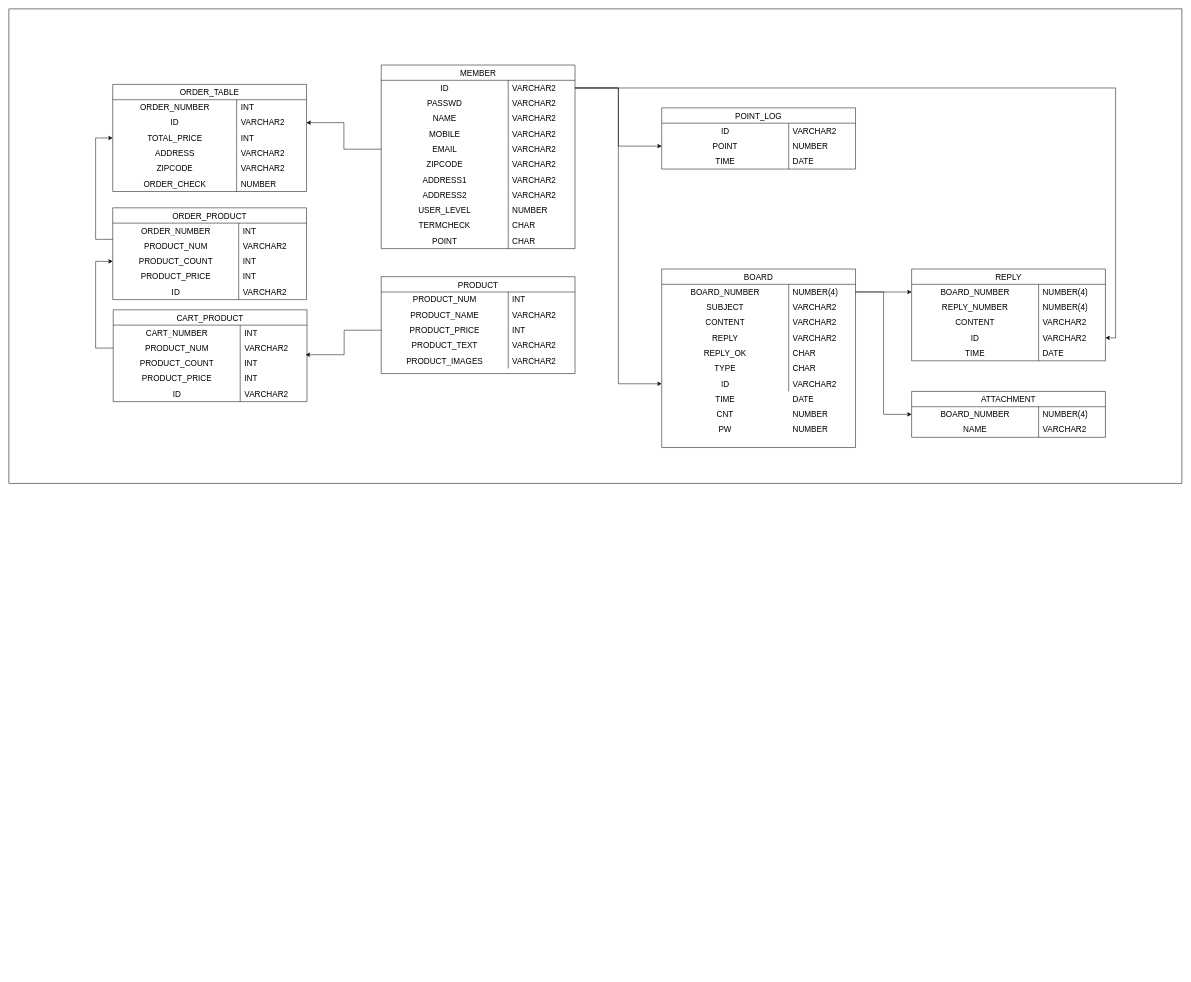
The draw.io diagram 제목 없는 다이어그램.drawio in Rookies13/Senanam, before the edit. Source tidied: cells renumbered, new cells numbered last; positions are measured from the earlier drawing's top-left corner, leaving out a move shared by most shapes. Both pictures are drawn from the tidied source at 51%, with x=0, y=0 at pixel (9, 9).
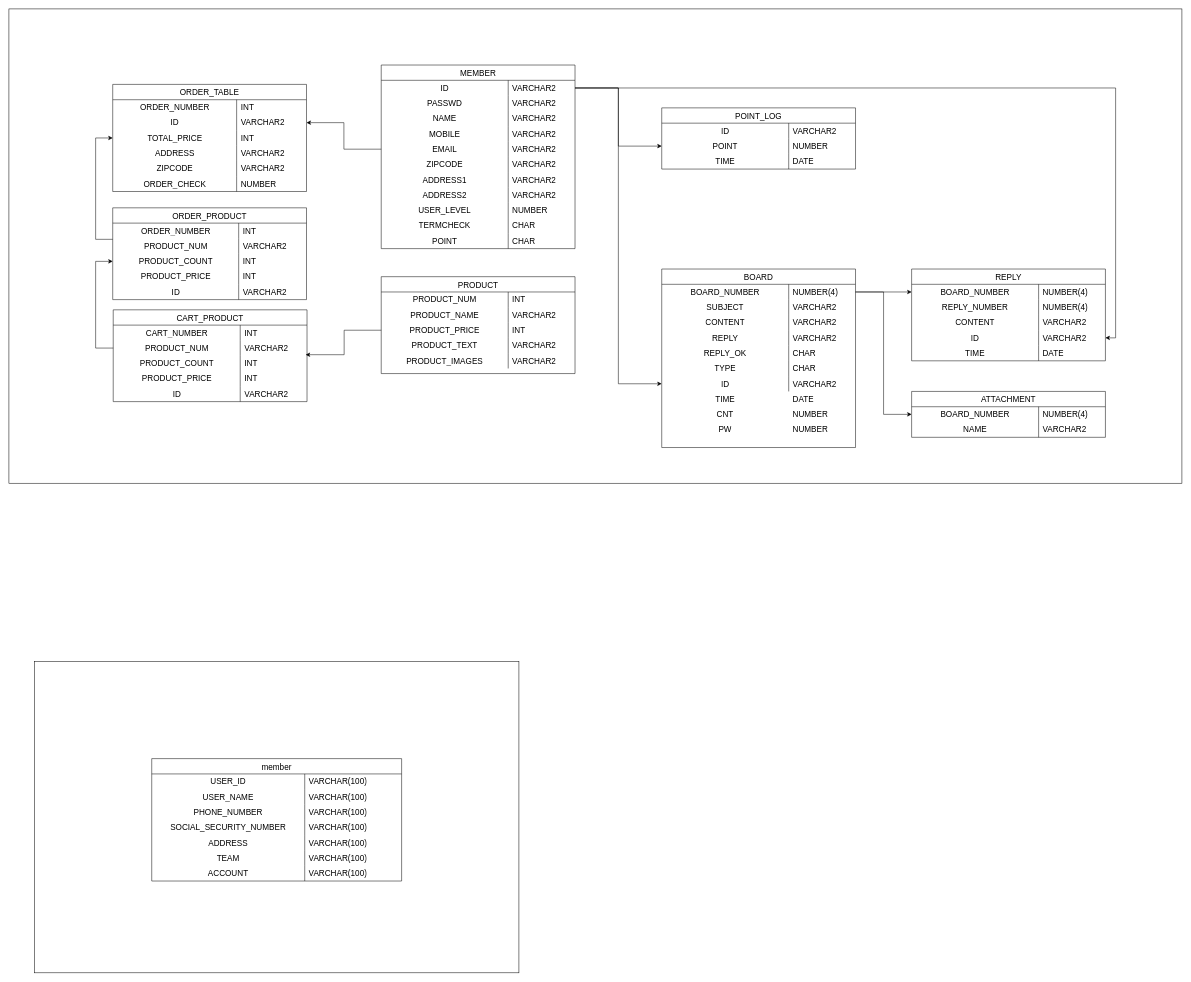
The same diagram, later.

Commit message:
제목 없는 다이어그램.drawio 업데이트

What changed in the source:
```diff
@@
+    <mxCell id="174" style="rounded=0;whiteSpace=wrap;html=1;" parent="1" vertex="1">
+      <mxGeometry x="50" y="1280" width="950" height="610" as="geometry" />
+    </mxCell>
+    <mxCell id="175" value="member" style="shape=table;startSize=30;childLayout=tableLayout;rowLines=0;fontStyle=0;strokeColor=default;fontSize=16;" parent="1" vertex="1">
+      <mxGeometry x="280" y="1470" width="490" height="240" as="geometry" />
+    </mxCell>
+    <mxCell id="176" style="shape=tableRow;horizontal=0;startSize=0;swimlaneHead=0;swimlaneBody=0;top=0;left=0;bottom=0;right=0;fillColor=none;strokeColor=inherit;fontSize=16;" parent="175" vertex="1">
+      <mxGeometry y="30" width="490" height="30" as="geometry" />
+    </mxCell>
+    <mxCell id="177" value="USER_ID" style="shape=partialRectangle;html=1;whiteSpace=wrap;fillColor=none;top=0;left=0;bottom=0;right=0;overflow=hidden;strokeColor=inherit;fontSize=16;" parent="176" vertex="1">
+      <mxGeometry width="300" height="30" as="geometry" />
+    </mxCell>
+    <mxCell id="178" value="VARCHAR(100)" style="shape=partialRectangle;html=1;whiteSpace=wrap;fillColor=none;top=0;left=0;bottom=0;right=0;align=left;spacingLeft=6;overflow=hidden;strokeColor=inherit;fontSize=16;" parent="176" vertex="1">
+      <mxGeometry x="300" width="190" height="30" as="geometry" />
+    </mxCell>
+    <mxCell id="179" style="shape=tableRow;horizontal=0;startSize=0;swimlaneHead=0;swimlaneBody=0;top=0;left=0;bottom=0;right=0;fillColor=none;strokeColor=inherit;fontSize=16;" parent="175" vertex="1">
+      <mxGeometry y="60" width="490" height="30" as="geometry" />
+    </mxCell>
+    <mxCell id="180" value="USER_NAME" style="shape=partialRectangle;html=1;whiteSpace=wrap;fillColor=none;top=0;left=0;bottom=0;right=0;overflow=hidden;strokeColor=inherit;fontSize=16;" parent="179" vertex="1">
+      <mxGeometry width="300" height="30" as="geometry" />
+    </mxCell>
+    <mxCell id="181" value="VARCHAR(100)" style="shape=partialRectangle;html=1;whiteSpace=wrap;fillColor=none;top=0;left=0;bottom=0;right=0;align=left;spacingLeft=6;overflow=hidden;strokeColor=inherit;fontSize=16;" parent="179" vertex="1">
+      <mxGeometry x="300" width="190" height="30" as="geometry" />
+    </mxCell>
+    <mxCell id="182" style="shape=tableRow;horizontal=0;startSize=0;swimlaneHead=0;swimlaneBody=0;top=0;left=0;bottom=0;right=0;fillColor=none;strokeColor=inherit;fontSize=16;" parent="175" vertex="1">
+      <mxGeometry y="90" width="490" height="30" as="geometry" />
+    </mxCell>
+    <mxCell id="183" value="PHONE_NUMBER" style="shape=partialRectangle;html=1;whiteSpace=wrap;fillColor=none;top=0;left=0;bottom=0;right=0;overflow=hidden;strokeColor=inherit;fontSize=16;" parent="182" vertex="1">
+      <mxGeometry width="300" height="30" as="geometry" />
+    </mxCell>
+    <mxCell id="184" value="VARCHAR(100)" style="shape=partialRectangle;html=1;whiteSpace=wrap;fillColor=none;top=0;left=0;bottom=0;right=0;align=left;spacingLeft=6;overflow=hidden;strokeColor=inherit;fontSize=16;" parent="182" vertex="1">
+      <mxGeometry x="300" width="190" height="30" as="geometry" />
+    </mxCell>
+    <mxCell id="185" style="shape=tableRow;horizontal=0;startSize=0;swimlaneHead=0;swimlaneBody=0;top=0;left=0;bottom=0;right=0;fillColor=none;strokeColor=inherit;fontSize=16;" parent="175" vertex="1">
+      <mxGeometry y="120" width="490" height="30" as="geometry" />
+    </mxCell>
+    <mxCell id="186" value="SOCIAL_SECURITY_NUMBER" style="shape=partialRectangle;html=1;whiteSpace=wrap;fillColor=none;top=0;left=0;bottom=0;right=0;overflow=hidden;strokeColor=inherit;fontSize=16;" parent="185" vertex="1">
+      <mxGeometry width="300" height="30" as="geometry" />
+    </mxCell>
+    <mxCell id="187" value="VARCHAR(100)" style="shape=partialRectangle;html=1;whiteSpace=wrap;fillColor=none;top=0;left=0;bottom=0;right=0;align=left;spacingLeft=6;overflow=hidden;strokeColor=inherit;fontSize=16;" parent="185" vertex="1">
+      <mxGeometry x="300" width="190" height="30" as="geometry" />
+    </mxCell>
+    <mxCell id="188" style="shape=tableRow;horizontal=0;startSize=0;swimlaneHead=0;swimlaneBody=0;top=0;left=0;bottom=0;right=0;fillColor=none;strokeColor=inherit;fontSize=16;" parent="175" vertex="1">
+      <mxGeometry y="150" width="490" height="30" as="geometry" />
+    </mxCell>
+    <mxCell id="189" value="ADDRESS" style="shape=partialRectangle;html=1;whiteSpace=wrap;fillColor=none;top=0;left=0;bottom=0;right=0;overflow=hidden;strokeColor=inherit;fontSize=16;" parent="188" vertex="1">
+      <mxGeometry width="300" height="30" as="geometry" />
+    </mxCell>
+    <mxCell id="190" value="VARCHAR(100)" style="shape=partialRectangle;html=1;whiteSpace=wrap;fillColor=none;top=0;left=0;bottom=0;right=0;align=left;spacingLeft=6;overflow=hidden;strokeColor=inherit;fontSize=16;" parent="188" vertex="1">
+      <mxGeometry x="300" width="190" height="30" as="geometry" />
+    </mxCell>
+    <mxCell id="191" style="shape=tableRow;horizontal=0;startSize=0;swimlaneHead=0;swimlaneBody=0;top=0;left=0;bottom=0;right=0;fillColor=none;strokeColor=inherit;fontSize=16;" parent="175" vertex="1">
+      <mxGeometry y="180" width="490" height="30" as="geometry" />
+    </mxCell>
+    <mxCell id="192" value="TEAM" style="shape=partialRectangle;html=1;whiteSpace=wrap;fillColor=none;top=0;left=0;bottom=0;right=0;overflow=hidden;strokeColor=inherit;fontSize=16;" parent="191" vertex="1">
+      <mxGeometry width="300" height="30" as="geometry" />
+    </mxCell>
+    <mxCell id="193" value="VARCHAR(100)" style="shape=partialRectangle;html=1;whiteSpace=wrap;fillColor=none;top=0;left=0;bottom=0;right=0;align=left;spacingLeft=6;overflow=hidden;strokeColor=inherit;fontSize=16;" parent="191" vertex="1">
+      <mxGeometry x="300" width="190" height="30" as="geometry" />
+    </mxCell>
+    <mxCell id="194" style="shape=tableRow;horizontal=0;startSize=0;swimlaneHead=0;swimlaneBody=0;top=0;left=0;bottom=0;right=0;fillColor=none;strokeColor=inherit;fontSize=16;" parent="175" vertex="1">
+      <mxGeometry y="210" width="490" height="30" as="geometry" />
+    </mxCell>
+    <mxCell id="195" value="ACCOUNT" style="shape=partialRectangle;html=1;whiteSpace=wrap;fillColor=none;top=0;left=0;bottom=0;right=0;overflow=hidden;strokeColor=inherit;fontSize=16;" parent="194" vertex="1">
+      <mxGeometry width="300" height="30" as="geometry" />
+    </mxCell>
+    <mxCell id="196" value="VARCHAR(100)" style="shape=partialRectangle;html=1;whiteSpace=wrap;fillColor=none;top=0;left=0;bottom=0;right=0;align=left;spacingLeft=6;overflow=hidden;strokeColor=inherit;fontSize=16;" parent="194" vertex="1">
+      <mxGeometry x="300" width="190" height="30" as="geometry" />
+    </mxCell>
```
